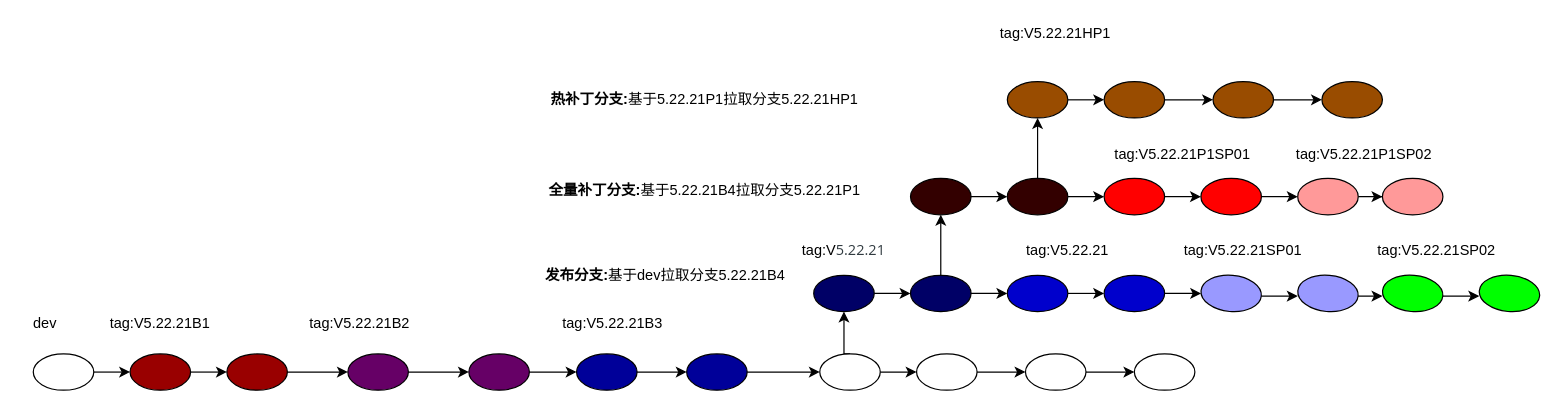
xiaoyuanwu123/learnGit keeps this draw.io diagram as branch-new.drawio. Above is the earlier version. Source tidied: cells renumbered, new cells numbered last; positions are measured from the earlier drawing's top-left corner, leaving out a move shared by most shapes. Both pictures are drawn from the tidied source at 121%, with x=0, y=0 at pixel (21, 21).
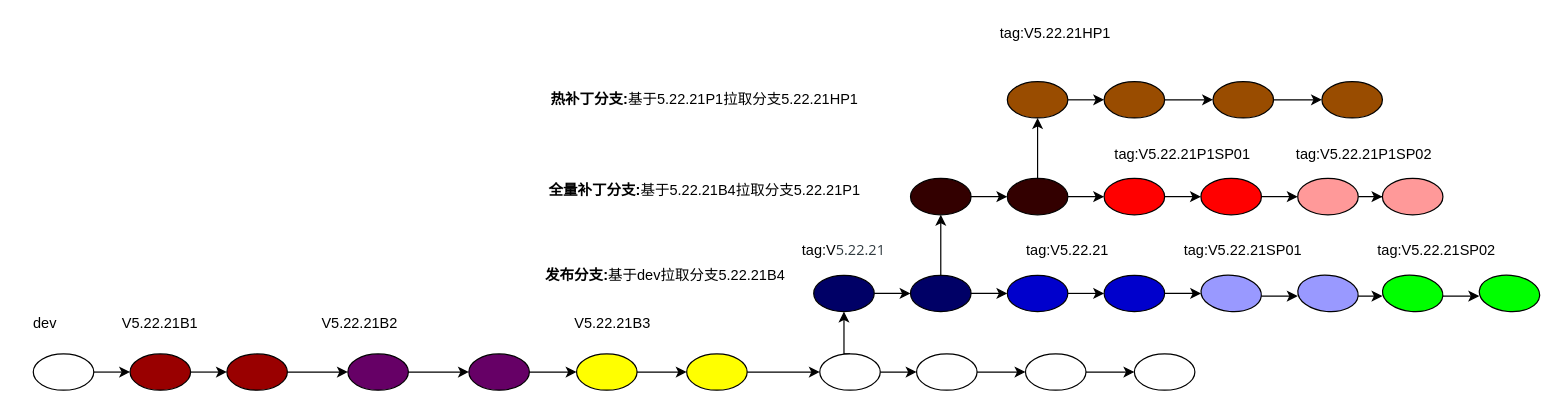
Above is the later version.

What changed in the source:
```diff
@@
-    <mxCell id="9" style="ellipse;whiteSpace=wrap;html=1;fillColor=#000099;" parent="1" vertex="1">
+    <mxCell id="9" style="ellipse;whiteSpace=wrap;html=1;fillColor=#FFFF00;" parent="1" vertex="1">
       <mxGeometry x="459" y="275" width="50" height="30" as="geometry" />
     </mxCell>
@@
-    <mxCell id="11" style="ellipse;whiteSpace=wrap;html=1;fillColor=#000099;" parent="1" vertex="1">
+    <mxCell id="11" style="ellipse;whiteSpace=wrap;html=1;fillColor=#FFFF00;" parent="1" vertex="1">
       <mxGeometry x="550" y="275" width="50" height="30" as="geometry" />
     </mxCell>
@@
-    <mxCell id="70" value="tag:V5.22.21B1" style="text;html=1;strokeColor=none;fillColor=none;align=center;verticalAlign=middle;whiteSpace=wrap;rounded=0;" parent="1" vertex="1">
+    <mxCell id="70" value="V5.22.21B1" style="text;html=1;strokeColor=none;fillColor=none;align=center;verticalAlign=middle;whiteSpace=wrap;rounded=0;" parent="1" vertex="1">
       <mxGeometry x="95" y="240" width="40" height="20" as="geometry" />
     </mxCell>
-    <mxCell id="71" value="tag:V5.22.21B2" style="text;html=1;strokeColor=none;fillColor=none;align=center;verticalAlign=middle;whiteSpace=wrap;rounded=0;" parent="1" vertex="1">
+    <mxCell id="71" value="V5.22.21B2" style="text;html=1;strokeColor=none;fillColor=none;align=center;verticalAlign=middle;whiteSpace=wrap;rounded=0;" parent="1" vertex="1">
       <mxGeometry x="260" y="240" width="40" height="20" as="geometry" />
     </mxCell>
-    <mxCell id="72" value="tag:V5.22.21B3" style="text;html=1;strokeColor=none;fillColor=none;align=center;verticalAlign=middle;whiteSpace=wrap;rounded=0;" parent="1" vertex="1">
+    <mxCell id="72" value="V5.22.21B3" style="text;html=1;strokeColor=none;fillColor=none;align=center;verticalAlign=middle;whiteSpace=wrap;rounded=0;" parent="1" vertex="1">
       <mxGeometry x="469" y="240" width="40" height="20" as="geometry" />
     </mxCell>
```
